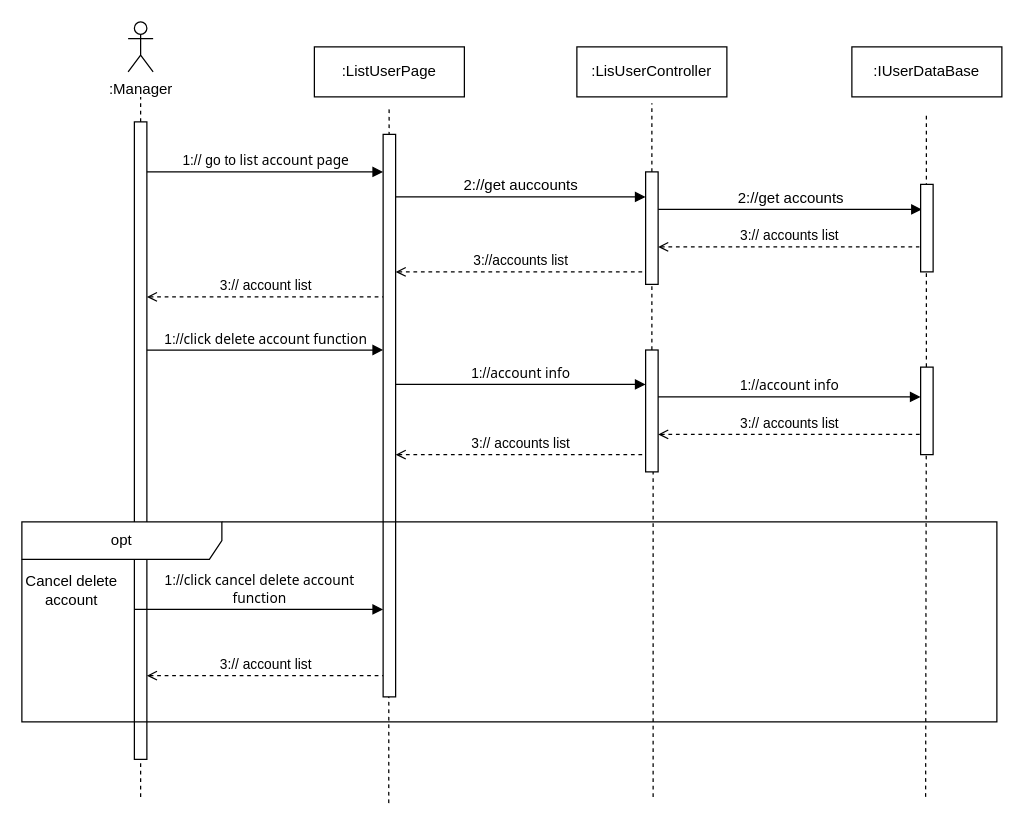
dotruong1910/ooad keeps this draw.io diagram as page "manage user seq des" (14 of 23) of ooad-usecase-model.drawio. Above is the earlier version. Source tidied: cells renumbered, new cells numbered last; positions are measured from the earlier drawing's top-left corner, leaving out a move shared by most shapes. Both pictures are drawn from the tidied source at 125%, with x=0, y=0 at pixel (21, 21).
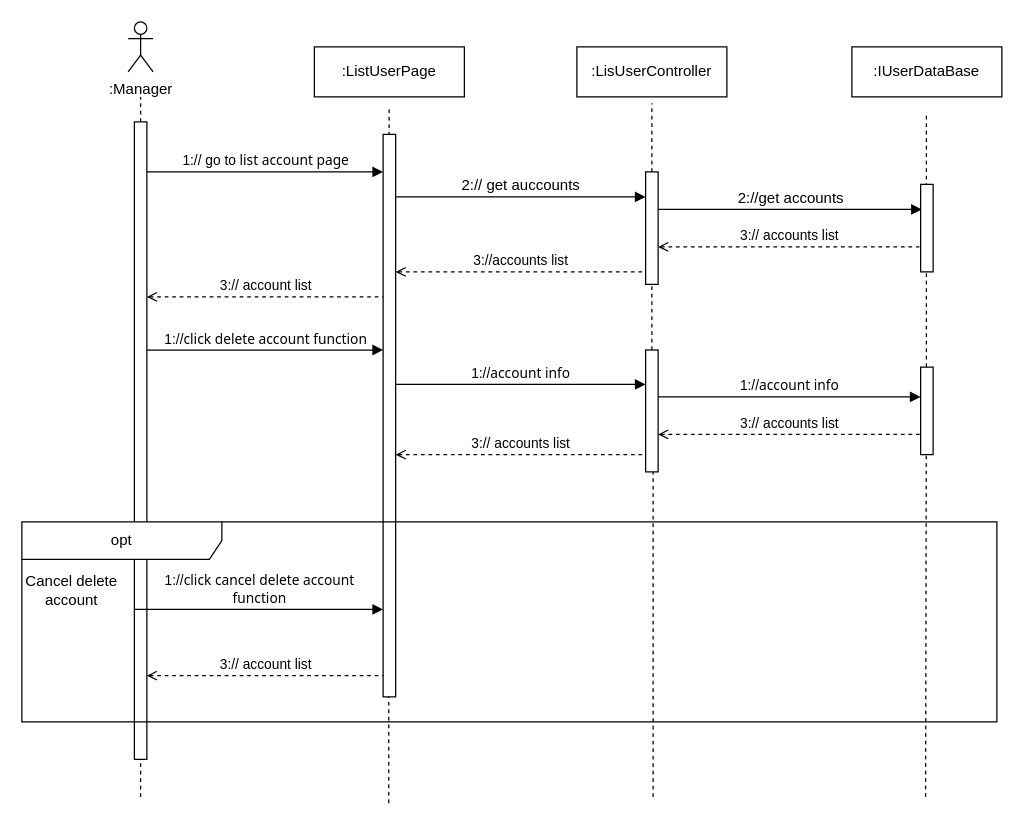
Above is the later version.

Unchanged cells that the change refers to:
```xml
<mxCell id="18" style="html=1;points=[[0,0,0,0,5],[0,1,0,0,-5],[1,0,0,0,5],[1,1,0,0,-5]];perimeter=orthogonalPerimeter;outlineConnect=0;targetShapes=umlLifeline;portConstraint=eastwest;newEdgeStyle={&quot;curved&quot;:0,&quot;rounded&quot;:0};" parent="1" vertex="1">
  <mxGeometry x="499" y="120" width="10" height="90" as="geometry" />
</mxCell>
```

What changed in the source:
```diff
@@
-    <mxCell id="10" value="&lt;font style=&quot;font-size: 12px;&quot;&gt;2://get auccounts&lt;br&gt;&lt;/font&gt;" style="html=1;verticalAlign=bottom;endArrow=block;curved=0;rounded=0;endFill=1;" parent="1" edge="1" target="18">
+    <mxCell id="10" value="&lt;font style=&quot;font-size: 12px;&quot;&gt;2:// get auccounts&lt;br&gt;&lt;/font&gt;" style="html=1;verticalAlign=bottom;endArrow=block;curved=0;rounded=0;endFill=1;" parent="1" edge="1" target="18">
       <mxGeometry relative="1" as="geometry">
         <mxPoint x="299" y="140" as="sourcePoint" />
       </mxGeometry>
     </mxCell>
```
